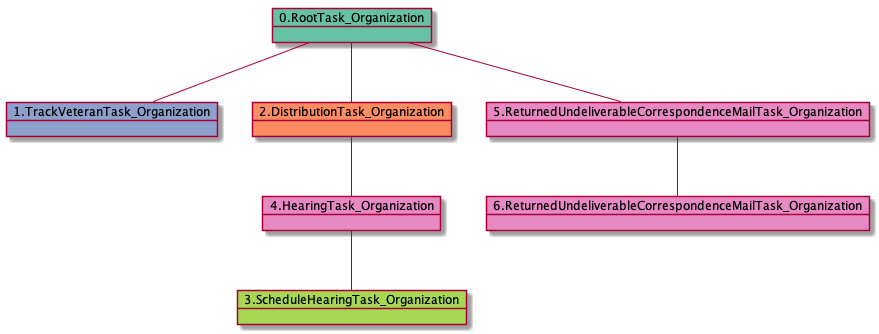
The PlantUML diagram docs-H/uml/RTO.TVTO.DTO.SHTO.HTO.RUCMTO-2056.png in yoomlam/graphing, before a commit.
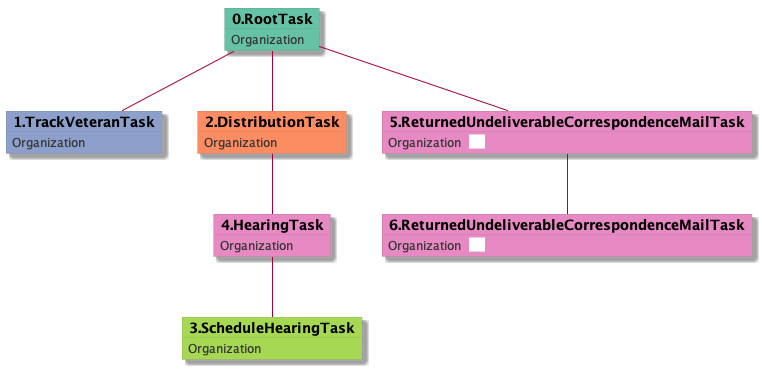
Above is the later version.

The edit, as a diff of the source:
```diff
@@ -1,15 +1,37 @@
 @startuml
-object 0.RootTask_Organization #66c2a5
-object 1.TrackVeteranTask_Organization #8da0cb
-object 2.DistributionTask_Organization #fc8d62
-object 3.ScheduleHearingTask_Organization #a6d854
-object 4.HearingTask_Organization #e78ac3
-object 5.ReturnedUndeliverableCorrespondenceMailTask_Organization #e78ac3
-object 6.ReturnedUndeliverableCorrespondenceMailTask_Organization #e78ac3
-0.RootTask_Organization -- 1.TrackVeteranTask_Organization
-0.RootTask_Organization -- 2.DistributionTask_Organization
-4.HearingTask_Organization -- 3.ScheduleHearingTask_Organization
-2.DistributionTask_Organization -- 4.HearingTask_Organization
-0.RootTask_Organization -- 5.ReturnedUndeliverableCorrespondenceMailTask_Organization
-5.ReturnedUndeliverableCorrespondenceMailTask_Organization -- 6.ReturnedUndeliverableCorrespondenceMailTask_Organization
+skinparam {
+  ObjectBorderColor #555
+  ObjectBorderThickness 0
+  ObjectFontStyle bold
+  ObjectFontSize 14
+  ObjectAttributeFontColor #333
+  ObjectAttributeFontSize 12
+}
+  object 0.RootTask #66c2a5 {
+Organization
+}
+  object 1.TrackVeteranTask #8da0cb {
+Organization
+}
+  object 2.DistributionTask #fc8d62 {
+Organization
+}
+  object 3.ScheduleHearingTask #a6d854 {
+Organization
+}
+  object 4.HearingTask #e78ac3 {
+Organization
+}
+  object 5.ReturnedUndeliverableCorrespondenceMailTask #e78ac3 {
+Organization  <back:white>    </back>
+}
+  object 6.ReturnedUndeliverableCorrespondenceMailTask #e78ac3 {
+Organization  <back:white>    </back>
+}
+0.RootTask -- 1.TrackVeteranTask
+0.RootTask -- 2.DistributionTask
+4.HearingTask -- 3.ScheduleHearingTask
+2.DistributionTask -- 4.HearingTask
+0.RootTask -- 5.ReturnedUndeliverableCorrespondenceMailTask
+5.ReturnedUndeliverableCorrespondenceMailTask -- 6.ReturnedUndeliverableCorrespondenceMailTask
 @enduml
```
